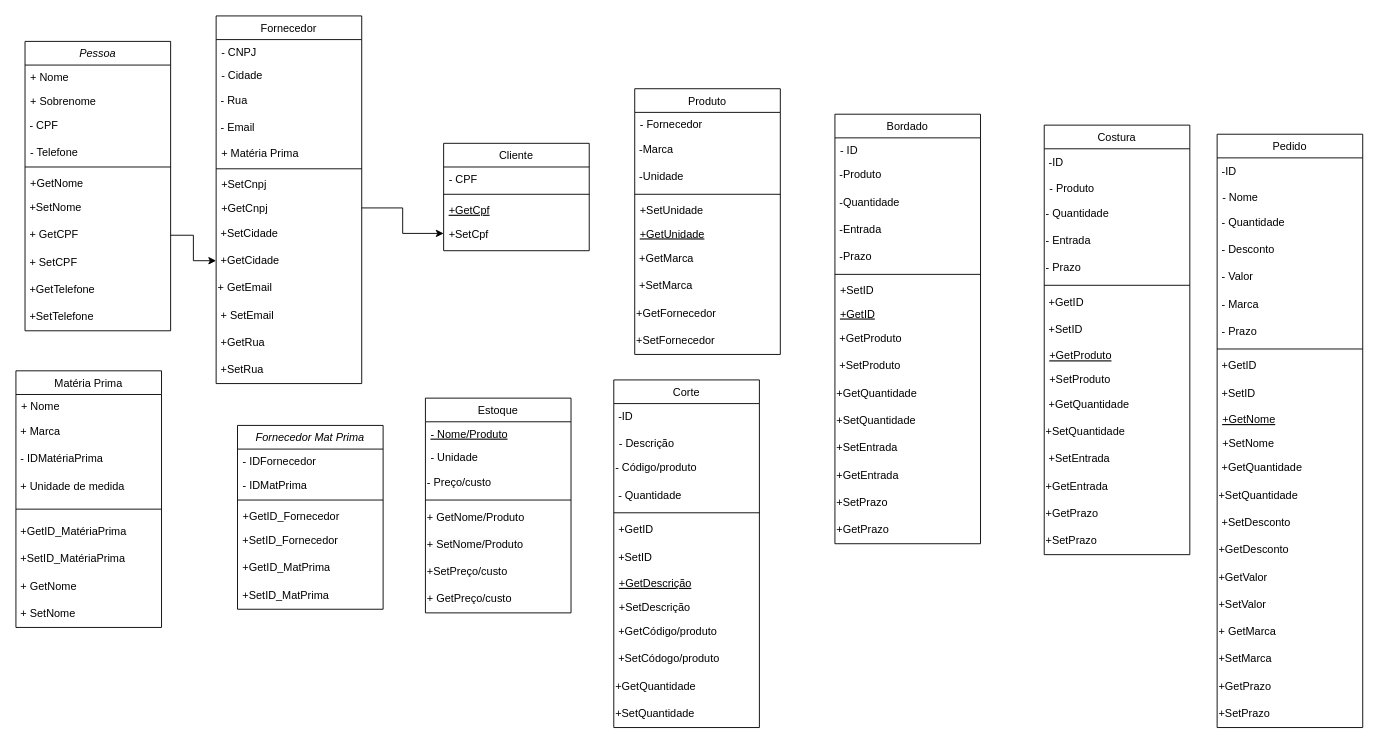
This is classes.drawio from Marya16/Equipe, a draw.io file, before an edit. Source tidied: cells renumbered, new cells numbered last; positions are measured from the earlier drawing's top-left corner, leaving out a move shared by most shapes. Both pictures are drawn from the tidied source at 91%, with x=0, y=0 at pixel (15, 15).
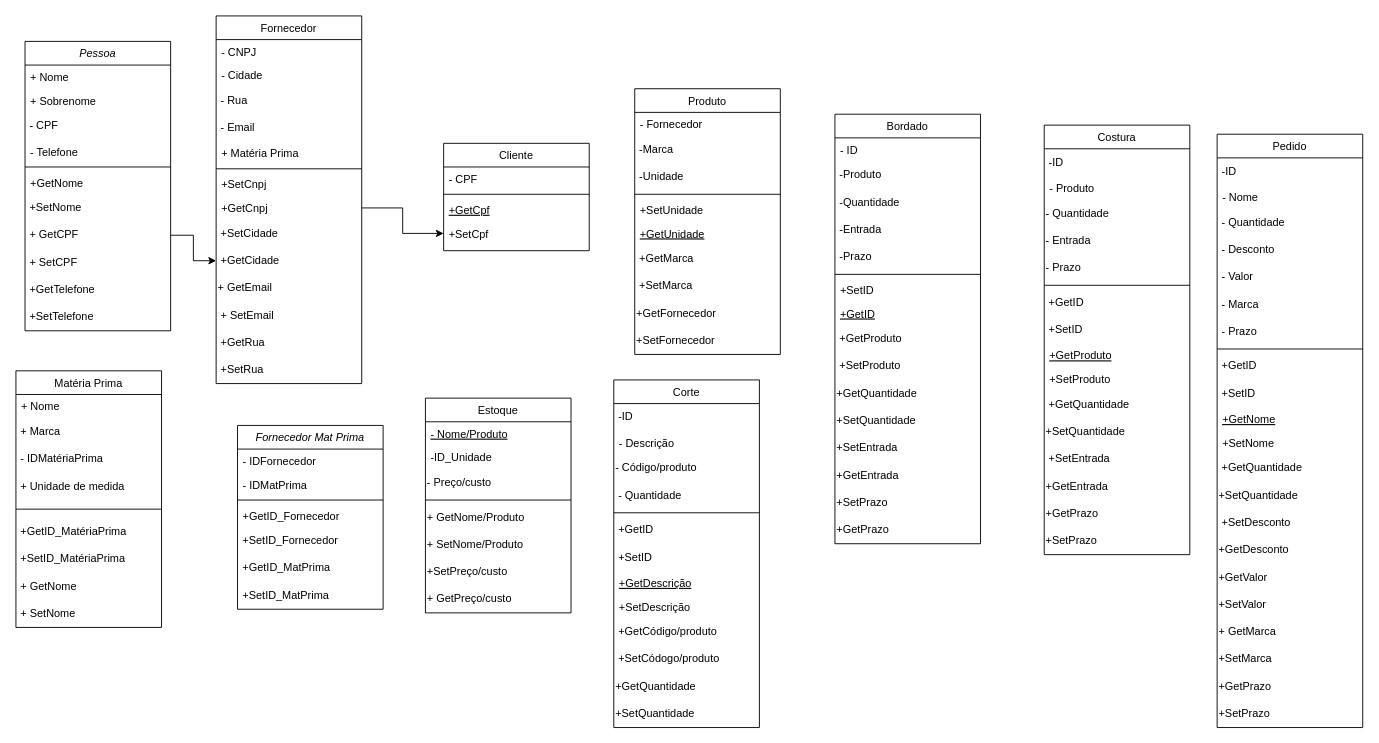
The same page after the edit.

Unchanged cells that the change refers to:
```xml
<mxCell id="52" value="Estoque" style="swimlane;fontStyle=0;align=center;verticalAlign=top;horizontal=1;startSize=26;rounded=0;shadow=0;strokeWidth=1;" parent="1" vertex="1">
  <mxGeometry x="450" y="420" width="160" height="236" as="geometry" />
</mxCell>
```

What changed in the source:
```diff
@@
-    <mxCell id="54" value="- Unidade" style="text;align=left;verticalAlign=top;spacingLeft=4;spacingRight=4;overflow=hidden;" parent="52" vertex="1">
+    <mxCell id="54" value="-ID_Unidade" style="text;align=left;verticalAlign=top;spacingLeft=4;spacingRight=4;overflow=hidden;" parent="52" vertex="1">
       <mxGeometry y="52" width="160" height="26" as="geometry" />
     </mxCell>
```
